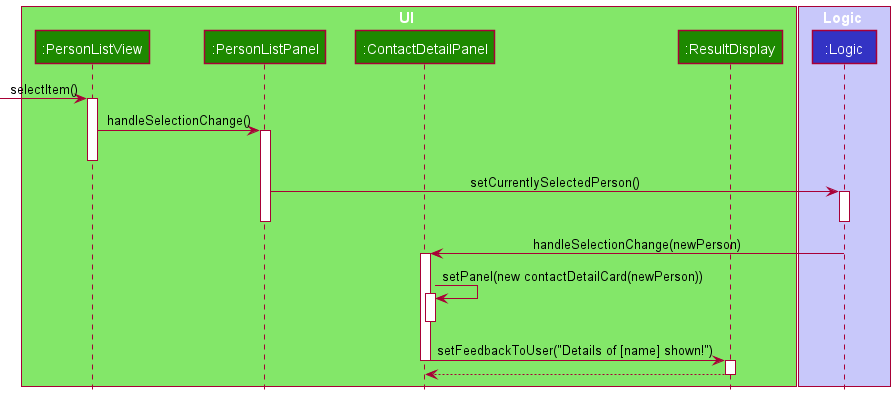
Earlier version of the PlantUML export docs/images/ContactListSelectionChangeDiagram.png (zihaowrez/tp).
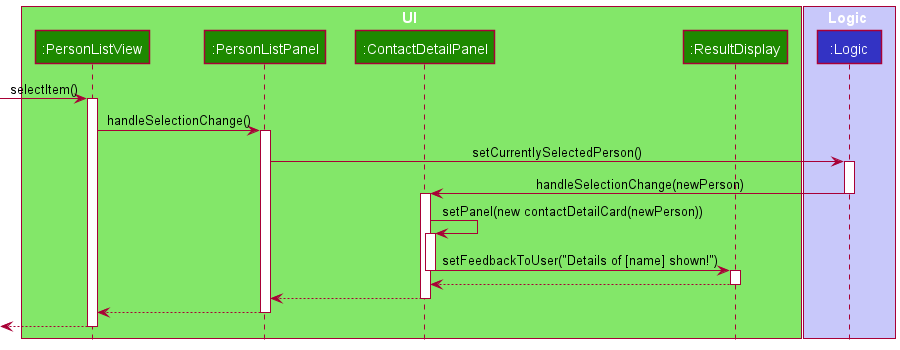
The same diagram one commit later.

Commit message:
Amend sequence diagrams

The edit, as a diff of the source:
```diff
@@ -17,19 +17,16 @@
 
 PersonListView -> PersonListPanel : handleSelectionChange()
 activate PersonListPanel
-deactivate PersonListView
 
 PersonListPanel -> Logic : setCurrentlySelectedPerson()
 activate Logic
-deactivate PersonListPanel
-deactivate Logic
 
 Logic -> ContactDetailPanel : handleSelectionChange(newPerson)
+deactivate Logic
 activate ContactDetailPanel
 
 ContactDetailPanel -> ContactDetailPanel : setPanel(new contactDetailCard(newPerson))
 activate ContactDetailPanel
-deactivate ContactDetailPanel
 
 ContactDetailPanel -> ResultDisplay : setFeedbackToUser("Details of [name] shown!")
 deactivate ContactDetailPanel
@@ -38,6 +35,17 @@
 ResultDisplay --> ContactDetailPanel
 deactivate ResultDisplay
 
+ContactDetailPanel --> PersonListPanel
+deactivate ContactDetailPanel
+
+PersonListPanel --> PersonListView
+deactivate PersonListPanel
+
+[<-- PersonListView
+deactivate PersonListView
+
+
+
 
 
 
```
